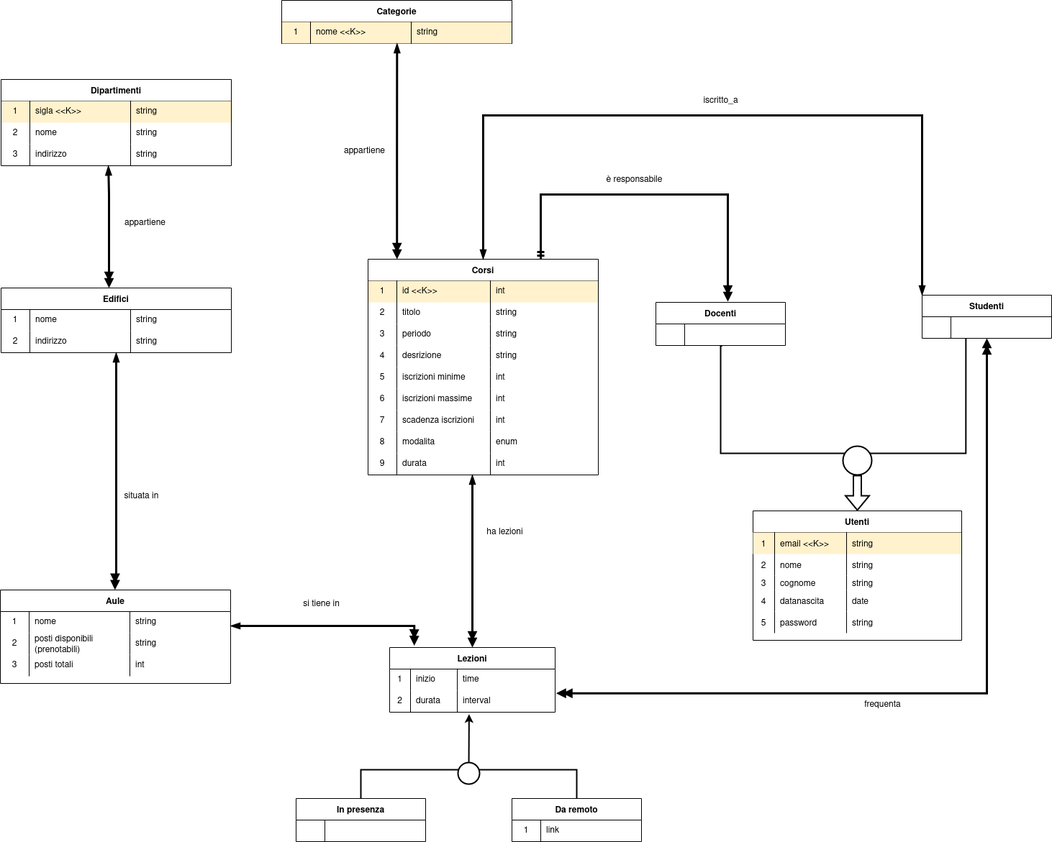
nicolamarizza/DbProject keeps this draw.io diagram as docs/SchemaOggetti.drawio.png. Above is the earlier version. Source tidied: cells renumbered, new cells last; positions are measured from the earlier drawing's top-left corner, leaving out a move shared by most shapes.
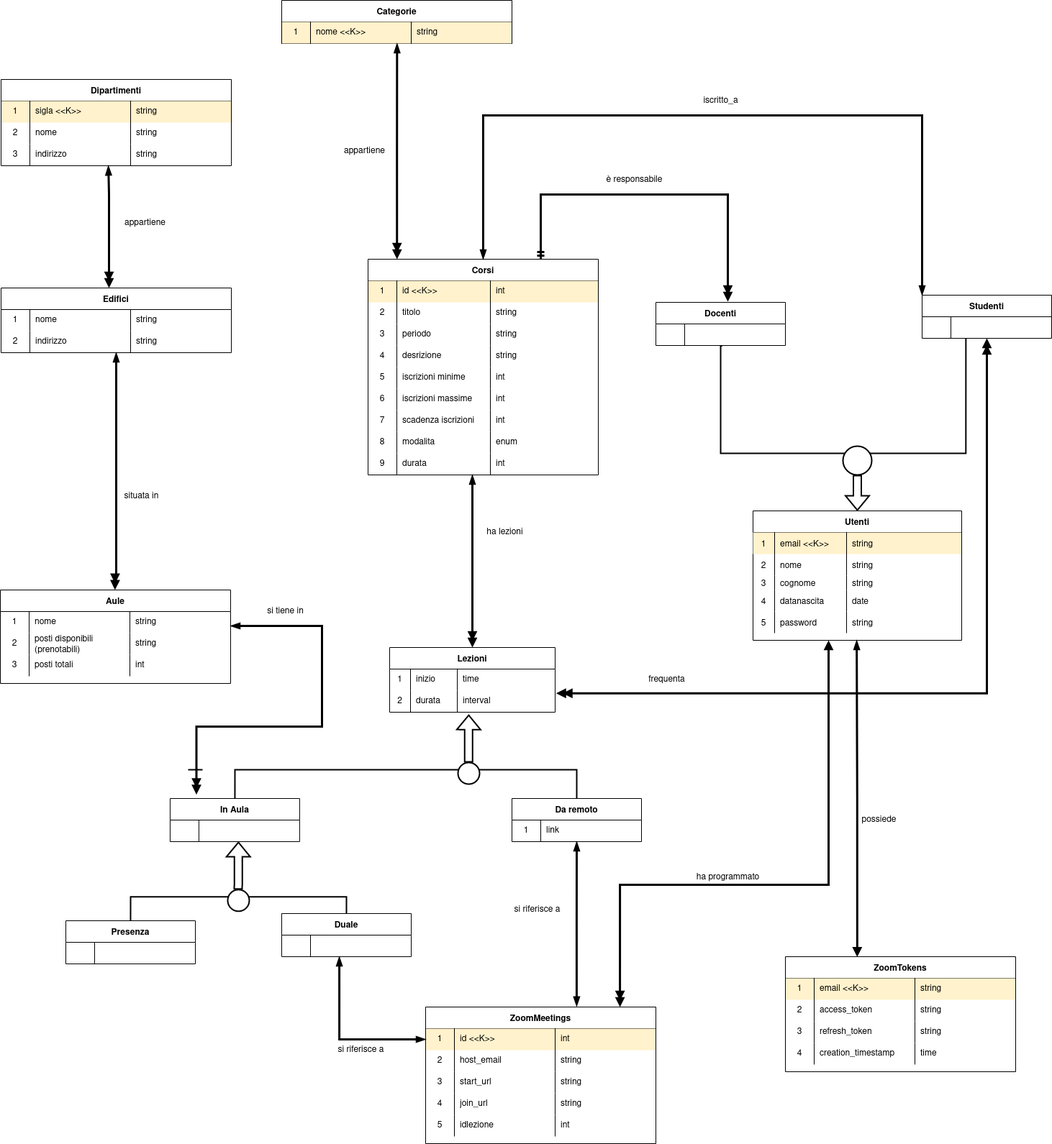
Above is the later version.

Commit message:
modificato schema oggetti

Diff of the diagram source:
```diff
@@ -68,10 +68,12 @@
         </Array>
       </mxGeometry>
     </mxCell>
-    <mxCell id="16" style="edgeStyle=orthogonalEdgeStyle;rounded=0;jettySize=auto;html=1;exitX=0.149;exitY=-0.028;exitDx=0;exitDy=0;startArrow=doubleBlock;startFill=1;endArrow=blockThin;endFill=1;strokeWidth=3;exitPerimeter=0;" parent="1" edge="1" source="17" target="64">
+    <mxCell id="16" style="edgeStyle=orthogonalEdgeStyle;rounded=0;jettySize=auto;html=1;exitX=0.203;exitY=-0.09;exitDx=0;exitDy=0;startArrow=doubleBlock;startFill=1;endArrow=blockThin;endFill=1;strokeWidth=3;exitPerimeter=0;" parent="1" edge="1" source="92" target="64">
       <mxGeometry relative="1" as="geometry">
         <Array as="points">
-          <mxPoint x="575" y="870" />
+          <mxPoint x="273" y="1010" />
+          <mxPoint x="447" y="1010" />
+          <mxPoint x="447" y="870" />
         </Array>
       </mxGeometry>
     </mxCell>
@@ -305,18 +307,18 @@
       <mxGeometry x="831" y="235" width="100" height="30" as="geometry" />
     </mxCell>
     <mxCell id="90" value="si tiene in" style="text;html=1;align=center;verticalAlign=middle;strokeColor=none;fillColor=none;" parent="1" vertex="1">
-      <mxGeometry x="411" y="830" width="70" height="20" as="geometry" />
+      <mxGeometry x="361" y="840" width="70" height="20" as="geometry" />
     </mxCell>
     <mxCell id="91" style="edgeStyle=orthogonalEdgeStyle;rounded=0;jettySize=auto;html=1;exitX=0.5;exitY=0;exitDx=0;exitDy=0;entryX=0.5;entryY=0;entryDx=0;entryDy=0;startArrow=none;startFill=0;endArrow=none;endFill=0;strokeWidth=2;" parent="1" edge="1" source="92" target="96">
       <mxGeometry relative="1" as="geometry">
         <Array as="points">
-          <mxPoint x="501" y="1070" />
+          <mxPoint x="326" y="1070" />
           <mxPoint x="801" y="1070" />
         </Array>
       </mxGeometry>
     </mxCell>
-    <mxCell id="92" value="In presenza" style="shape=table;startSize=30;rowLines=0;fontStyle=1;" parent="1" vertex="1">
-      <mxGeometry x="411" y="1110" width="180" height="60" as="geometry" />
+    <mxCell id="92" value="In Aula" style="shape=table;startSize=30;rowLines=0;fontStyle=1;" parent="1" vertex="1">
+      <mxGeometry x="235.9" y="1110" width="180" height="60" as="geometry" />
     </mxCell>
     <mxCell id="93" style="shape=tableRow;horizontal=0;startSize=0;swimlaneHead=0;swimlaneBody=0;top=0;left=0;bottom=0;right=0;fillColor=none;" parent="92" vertex="1">
       <mxGeometry y="30" width="180" height="30" as="geometry" />
@@ -339,11 +341,6 @@
     <mxCell id="99" value="link" style="shape=partialRectangle;html=1;whiteSpace=wrap;fillColor=none;top=0;left=0;bottom=0;right=0;align=left;spacingLeft=6;overflow=hidden;" parent="97" vertex="1">
       <mxGeometry x="40" width="140" height="30" as="geometry" />
     </mxCell>
-    <mxCell id="100" style="endArrow=classic;html=1;rounded=0;entryX=0.48;entryY=1.089;entryDx=0;entryDy=0;entryPerimeter=0;strokeWidth=2;" parent="1" edge="1" target="22">
-      <mxGeometry relative="1" as="geometry">
-        <mxPoint x="651" y="1070" as="sourcePoint" />
-      </mxGeometry>
-    </mxCell>
     <mxCell id="101" style="ellipse;whiteSpace=wrap;html=1;strokeWidth=2;" parent="1" vertex="1">
       <mxGeometry x="636" y="1060" width="30" height="30" as="geometry" />
     </mxCell>
@@ -488,7 +485,216 @@
       <mxGeometry x="471" y="200" width="70" height="20" as="geometry" />
     </mxCell>
     <mxCell id="146" value="frequenta" style="text;html=1;align=center;verticalAlign=middle;strokeColor=none;fillColor=none;" parent="1" vertex="1">
-      <mxGeometry x="1191" y="965" width="70" height="30" as="geometry" />
+      <mxGeometry x="891" y="930" width="70" height="30" as="geometry" />
     </mxCell>
+    <mxCell id="147" value="ZoomTokens" style="shape=table;startSize=30;rowLines=0;fontStyle=1;" parent="1" vertex="1">
+      <mxGeometry x="1091" y="1330" width="320" height="160" as="geometry" />
+    </mxCell>
+    <mxCell id="148" style="shape=tableRow;horizontal=0;startSize=0;swimlaneHead=0;swimlaneBody=0;top=0;left=0;bottom=0;right=0;fillColor=none;" parent="147" vertex="1">
+      <mxGeometry y="30" width="320" height="30" as="geometry" />
+    </mxCell>
+    <mxCell id="149" value="1" style="shape=partialRectangle;html=1;whiteSpace=wrap;fillColor=#fff2cc;top=0;left=1;bottom=0;right=1;overflow=hidden;strokeColor=#000000;" parent="148" vertex="1">
+      <mxGeometry width="40" height="30" as="geometry" />
+    </mxCell>
+    <mxCell id="150" value="email&amp;nbsp;&lt;span style=&quot;&quot;&gt;&amp;lt;&amp;lt;K&amp;gt;&amp;gt;&amp;nbsp;&lt;/span&gt;" style="shape=partialRectangle;html=1;whiteSpace=wrap;fillColor=#fff2cc;top=0;left=1;bottom=0;right=1;align=left;spacingLeft=6;overflow=hidden;strokeColor=#000000;" parent="148" vertex="1">
+      <mxGeometry x="40" width="140" height="30" as="geometry" />
+    </mxCell>
+    <mxCell id="151" value="string" style="shape=partialRectangle;html=1;whiteSpace=wrap;fillColor=#fff2cc;top=0;left=1;bottom=0;right=1;align=left;spacingLeft=6;overflow=hidden;strokeColor=#000000;" parent="148" vertex="1">
+      <mxGeometry x="180" width="140" height="30" as="geometry" />
+    </mxCell>
+    <mxCell id="152" style="shape=tableRow;horizontal=0;startSize=0;swimlaneHead=0;swimlaneBody=0;top=0;left=0;bottom=0;right=0;fillColor=none;" parent="147" vertex="1">
+      <mxGeometry y="60" width="320" height="30" as="geometry" />
+    </mxCell>
+    <mxCell id="153" value="2" style="shape=partialRectangle;html=1;whiteSpace=wrap;fillColor=none;top=0;left=0;bottom=0;right=0;overflow=hidden;" parent="152" vertex="1">
+      <mxGeometry width="40" height="30" as="geometry" />
+    </mxCell>
+    <mxCell id="154" value="access_token" style="shape=partialRectangle;html=1;whiteSpace=wrap;fillColor=none;top=0;left=0;bottom=0;right=0;align=left;spacingLeft=6;overflow=hidden;" parent="152" vertex="1">
+      <mxGeometry x="40" width="140" height="30" as="geometry" />
+    </mxCell>
+    <mxCell id="155" value="string" style="shape=partialRectangle;html=1;whiteSpace=wrap;fillColor=none;top=0;left=0;bottom=0;right=0;align=left;spacingLeft=6;overflow=hidden;" parent="152" vertex="1">
+      <mxGeometry x="180" width="140" height="30" as="geometry" />
+    </mxCell>
+    <mxCell id="156" style="shape=tableRow;horizontal=0;startSize=0;swimlaneHead=0;swimlaneBody=0;top=0;left=0;bottom=0;right=0;fillColor=none;" parent="147" vertex="1">
+      <mxGeometry y="90" width="320" height="30" as="geometry" />
+    </mxCell>
+    <mxCell id="157" value="3" style="shape=partialRectangle;html=1;whiteSpace=wrap;fillColor=none;top=0;left=0;bottom=0;right=0;overflow=hidden;" parent="156" vertex="1">
+      <mxGeometry width="40" height="30" as="geometry" />
+    </mxCell>
+    <mxCell id="158" value="refresh_token" style="shape=partialRectangle;html=1;whiteSpace=wrap;fillColor=none;top=0;left=0;bottom=0;right=0;align=left;spacingLeft=6;overflow=hidden;" parent="156" vertex="1">
+      <mxGeometry x="40" width="140" height="30" as="geometry" />
+    </mxCell>
+    <mxCell id="159" value="string" style="shape=partialRectangle;html=1;whiteSpace=wrap;fillColor=none;top=0;left=0;bottom=0;right=0;align=left;spacingLeft=6;overflow=hidden;" parent="156" vertex="1">
+      <mxGeometry x="180" width="140" height="30" as="geometry" />
+    </mxCell>
+    <mxCell id="160" style="shape=tableRow;horizontal=0;startSize=0;swimlaneHead=0;swimlaneBody=0;top=0;left=0;bottom=0;right=0;fillColor=none;" parent="147" vertex="1">
+      <mxGeometry y="120" width="320" height="30" as="geometry" />
+    </mxCell>
+    <mxCell id="161" value="4" style="shape=partialRectangle;html=1;whiteSpace=wrap;fillColor=none;top=0;left=0;bottom=0;right=0;overflow=hidden;" parent="160" vertex="1">
+      <mxGeometry width="40" height="30" as="geometry" />
+    </mxCell>
+    <mxCell id="162" value="creation_timestamp" style="shape=partialRectangle;html=1;whiteSpace=wrap;fillColor=none;top=0;left=0;bottom=0;right=0;align=left;spacingLeft=6;overflow=hidden;" parent="160" vertex="1">
+      <mxGeometry x="40" width="140" height="30" as="geometry" />
+    </mxCell>
+    <mxCell id="163" value="time" style="shape=partialRectangle;html=1;whiteSpace=wrap;fillColor=none;top=0;left=0;bottom=0;right=0;align=left;spacingLeft=6;overflow=hidden;" parent="160" vertex="1">
+      <mxGeometry x="180" width="140" height="30" as="geometry" />
+    </mxCell>
+    <mxCell id="164" value="ZoomMeetings" style="shape=table;startSize=30;rowLines=0;fontStyle=1;" parent="1" vertex="1">
+      <mxGeometry x="591" y="1400" width="320" height="190" as="geometry" />
+    </mxCell>
+    <mxCell id="165" style="shape=tableRow;horizontal=0;startSize=0;swimlaneHead=0;swimlaneBody=0;top=0;left=0;bottom=0;right=0;fillColor=none;points=[[0,0.5],[1,0.5]];portConstraint=eastwest;" parent="164" vertex="1">
+      <mxGeometry y="30" width="320" height="30" as="geometry" />
+    </mxCell>
+    <mxCell id="166" value="1" style="shape=partialRectangle;html=1;whiteSpace=wrap;fillColor=#fff2cc;top=0;left=1;bottom=0;right=1;overflow=hidden;strokeColor=#000000;" parent="165" vertex="1">
+      <mxGeometry width="40" height="30" as="geometry" />
+    </mxCell>
+    <mxCell id="167" value="id &amp;lt;&amp;lt;K&amp;gt;&amp;gt;&amp;nbsp;" style="shape=partialRectangle;html=1;whiteSpace=wrap;fillColor=#fff2cc;top=0;left=1;bottom=0;right=1;align=left;spacingLeft=6;overflow=hidden;strokeColor=#000000;" parent="165" vertex="1">
+      <mxGeometry x="40" width="140" height="30" as="geometry" />
+    </mxCell>
+    <mxCell id="168" value="int" style="shape=partialRectangle;html=1;whiteSpace=wrap;fillColor=#fff2cc;top=0;left=1;bottom=0;right=1;align=left;spacingLeft=6;overflow=hidden;strokeColor=#000000;" parent="165" vertex="1">
+      <mxGeometry x="180" width="140" height="30" as="geometry" />
+    </mxCell>
+    <mxCell id="169" style="shape=tableRow;horizontal=0;startSize=0;swimlaneHead=0;swimlaneBody=0;top=0;left=0;bottom=0;right=0;fillColor=none;" parent="164" vertex="1">
+      <mxGeometry y="60" width="320" height="30" as="geometry" />
+    </mxCell>
+    <mxCell id="170" value="2" style="shape=partialRectangle;html=1;whiteSpace=wrap;fillColor=none;top=0;left=0;bottom=0;right=0;overflow=hidden;" parent="169" vertex="1">
+      <mxGeometry width="40" height="30" as="geometry" />
+    </mxCell>
+    <mxCell id="171" value="host_email" style="shape=partialRectangle;html=1;whiteSpace=wrap;fillColor=none;top=0;left=0;bottom=0;right=0;align=left;spacingLeft=6;overflow=hidden;" parent="169" vertex="1">
+      <mxGeometry x="40" width="140" height="30" as="geometry" />
+    </mxCell>
+    <mxCell id="172" value="string" style="shape=partialRectangle;html=1;whiteSpace=wrap;fillColor=none;top=0;left=0;bottom=0;right=0;align=left;spacingLeft=6;overflow=hidden;" parent="169" vertex="1">
+      <mxGeometry x="180" width="140" height="30" as="geometry" />
+    </mxCell>
+    <mxCell id="173" style="shape=tableRow;horizontal=0;startSize=0;swimlaneHead=0;swimlaneBody=0;top=0;left=0;bottom=0;right=0;fillColor=none;" parent="164" vertex="1">
+      <mxGeometry y="90" width="320" height="30" as="geometry" />
+    </mxCell>
+    <mxCell id="174" value="3" style="shape=partialRectangle;html=1;whiteSpace=wrap;fillColor=none;top=0;left=0;bottom=0;right=0;overflow=hidden;" parent="173" vertex="1">
+      <mxGeometry width="40" height="30" as="geometry" />
+    </mxCell>
+    <mxCell id="175" value="start_url" style="shape=partialRectangle;html=1;whiteSpace=wrap;fillColor=none;top=0;left=0;bottom=0;right=0;align=left;spacingLeft=6;overflow=hidden;" parent="173" vertex="1">
+      <mxGeometry x="40" width="140" height="30" as="geometry" />
+    </mxCell>
+    <mxCell id="176" value="string" style="shape=partialRectangle;html=1;whiteSpace=wrap;fillColor=none;top=0;left=0;bottom=0;right=0;align=left;spacingLeft=6;overflow=hidden;" parent="173" vertex="1">
+      <mxGeometry x="180" width="140" height="30" as="geometry" />
+    </mxCell>
+    <mxCell id="177" style="shape=tableRow;horizontal=0;startSize=0;swimlaneHead=0;swimlaneBody=0;top=0;left=0;bottom=0;right=0;fillColor=none;" parent="164" vertex="1">
+      <mxGeometry y="120" width="320" height="30" as="geometry" />
+    </mxCell>
+    <mxCell id="178" value="4" style="shape=partialRectangle;html=1;whiteSpace=wrap;fillColor=none;top=0;left=0;bottom=0;right=0;overflow=hidden;" parent="177" vertex="1">
+      <mxGeometry width="40" height="30" as="geometry" />
+    </mxCell>
+    <mxCell id="179" value="join_url" style="shape=partialRectangle;html=1;whiteSpace=wrap;fillColor=none;top=0;left=0;bottom=0;right=0;align=left;spacingLeft=6;overflow=hidden;" parent="177" vertex="1">
+      <mxGeometry x="40" width="140" height="30" as="geometry" />
+    </mxCell>
+    <mxCell id="180" value="string" style="shape=partialRectangle;html=1;whiteSpace=wrap;fillColor=none;top=0;left=0;bottom=0;right=0;align=left;spacingLeft=6;overflow=hidden;" parent="177" vertex="1">
+      <mxGeometry x="180" width="140" height="30" as="geometry" />
+    </mxCell>
+    <mxCell id="181" style="shape=tableRow;horizontal=0;startSize=0;swimlaneHead=0;swimlaneBody=0;top=0;left=0;bottom=0;right=0;fillColor=none;" parent="164" vertex="1">
+      <mxGeometry y="150" width="320" height="30" as="geometry" />
+    </mxCell>
+    <mxCell id="182" value="5" style="shape=partialRectangle;html=1;whiteSpace=wrap;fillColor=none;top=0;left=0;bottom=0;right=0;overflow=hidden;" parent="181" vertex="1">
+      <mxGeometry width="40" height="30" as="geometry" />
+    </mxCell>
+    <mxCell id="183" value="idlezione" style="shape=partialRectangle;html=1;whiteSpace=wrap;fillColor=none;top=0;left=0;bottom=0;right=0;align=left;spacingLeft=6;overflow=hidden;" parent="181" vertex="1">
+      <mxGeometry x="40" width="140" height="30" as="geometry" />
+    </mxCell>
+    <mxCell id="184" value="int" style="shape=partialRectangle;html=1;whiteSpace=wrap;fillColor=none;top=0;left=0;bottom=0;right=0;align=left;spacingLeft=6;overflow=hidden;" parent="181" vertex="1">
+      <mxGeometry x="180" width="140" height="30" as="geometry" />
+    </mxCell>
+    <mxCell id="185" style="edgeStyle=orthogonalEdgeStyle;rounded=0;jettySize=auto;html=1;exitX=0.312;exitY=0.002;exitDx=0;exitDy=0;startArrow=block;startFill=1;endArrow=blockThin;endFill=1;strokeWidth=3;exitPerimeter=0;" parent="1" edge="1" source="147">
+      <mxGeometry relative="1" as="geometry">
+        <mxPoint x="1190.1" y="890" as="targetPoint" />
+        <Array as="points">
+          <mxPoint x="1191" y="1110" />
+          <mxPoint x="1190" y="1110" />
+        </Array>
+      </mxGeometry>
+    </mxCell>
+    <mxCell id="186" style="edgeStyle=orthogonalEdgeStyle;rounded=0;jettySize=auto;html=1;startArrow=blockThin;startFill=1;endArrow=blockThin;endFill=1;strokeWidth=3;entryX=0.5;entryY=1;entryDx=0;entryDy=0;entryPerimeter=0;exitX=0.656;exitY=-0.006;exitDx=0;exitDy=0;exitPerimeter=0;" parent="1" edge="1" source="164" target="97">
+      <mxGeometry relative="1" as="geometry" />
+    </mxCell>
+    <mxCell id="187" style="edgeStyle=orthogonalEdgeStyle;rounded=0;jettySize=auto;html=1;startArrow=doubleBlock;startFill=1;endArrow=block;endFill=1;strokeWidth=3;exitX=0.844;exitY=0;exitDx=0;exitDy=0;exitPerimeter=0;" parent="1" edge="1" source="164">
+      <mxGeometry relative="1" as="geometry">
+        <mxPoint x="1151" y="890" as="targetPoint" />
+        <Array as="points">
+          <mxPoint x="861" y="1230" />
+          <mxPoint x="1151" y="1230" />
+        </Array>
+      </mxGeometry>
+    </mxCell>
+    <mxCell id="188" value="possiede" style="text;html=1;align=center;verticalAlign=middle;strokeColor=none;fillColor=none;" parent="1" vertex="1">
+      <mxGeometry x="1191" y="1130" width="60" height="20" as="geometry" />
+    </mxCell>
+    <mxCell id="189" value="ha programmato" style="text;html=1;align=center;verticalAlign=middle;strokeColor=none;fillColor=none;" parent="1" vertex="1">
+      <mxGeometry x="961" y="1210" width="100" height="20" as="geometry" />
+    </mxCell>
+    <mxCell id="190" style="shape=flexArrow;endArrow=classic;html=1;rounded=0;exitX=0.5;exitY=1;exitDx=0;exitDy=0;strokeWidth=2;entryX=0.478;entryY=1.106;entryDx=0;entryDy=0;entryPerimeter=0;" parent="1" edge="1" target="22">
+      <mxGeometry relative="1" as="geometry">
+        <mxPoint x="650.7" y="1060" as="sourcePoint" />
+      </mxGeometry>
+    </mxCell>
+    <mxCell id="191" style="edgeStyle=orthogonalEdgeStyle;rounded=0;orthogonalLoop=1;jettySize=auto;html=1;exitX=0.5;exitY=0;exitDx=0;exitDy=0;entryX=0.5;entryY=0;entryDx=0;entryDy=0;startArrow=none;startFill=0;endArrow=none;endFill=0;strokeWidth=2;" parent="1" edge="1">
+      <mxGeometry relative="1" as="geometry">
+        <mxPoint x="180.9" y="1286.8" as="sourcePoint" />
+        <mxPoint x="480.9" y="1286.8" as="targetPoint" />
+        <Array as="points">
+          <mxPoint x="180.9" y="1246.8" />
+          <mxPoint x="480.9" y="1246.8" />
+        </Array>
+      </mxGeometry>
+    </mxCell>
+    <mxCell id="192" style="ellipse;whiteSpace=wrap;html=1;strokeWidth=2;" parent="1" vertex="1">
+      <mxGeometry x="315.9" y="1236.8" width="30" height="30" as="geometry" />
+    </mxCell>
+    <mxCell id="193" style="shape=flexArrow;endArrow=classic;html=1;rounded=0;exitX=0.5;exitY=1;exitDx=0;exitDy=0;strokeWidth=2;entryX=0.478;entryY=1.106;entryDx=0;entryDy=0;entryPerimeter=0;" parent="1" edge="1">
+      <mxGeometry relative="1" as="geometry">
+        <mxPoint x="330.6" y="1236.8" as="sourcePoint" />
+        <mxPoint x="330.9" y="1170" as="targetPoint" />
+      </mxGeometry>
+    </mxCell>
+    <mxCell id="194" value="Presenza" style="shape=table;startSize=30;rowLines=0;fontStyle=1;" parent="1" vertex="1">
+      <mxGeometry x="91" y="1280" width="180" height="60" as="geometry" />
+    </mxCell>
+    <mxCell id="195" style="shape=tableRow;horizontal=0;startSize=0;swimlaneHead=0;swimlaneBody=0;top=0;left=0;bottom=0;right=0;fillColor=none;" parent="194" vertex="1">
+      <mxGeometry y="30" width="180" height="30" as="geometry" />
+    </mxCell>
+    <mxCell id="196" style="shape=partialRectangle;html=1;whiteSpace=wrap;fillColor=none;top=0;left=0;bottom=0;right=0;overflow=hidden;" parent="195" vertex="1">
+      <mxGeometry width="40" height="30" as="geometry" />
+    </mxCell>
+    <mxCell id="197" style="shape=partialRectangle;html=1;whiteSpace=wrap;fillColor=none;top=0;left=0;bottom=0;right=0;align=left;spacingLeft=6;overflow=hidden;" parent="195" vertex="1">
+      <mxGeometry x="40" width="140" height="30" as="geometry" />
+    </mxCell>
+    <mxCell id="198" value="Duale" style="shape=table;startSize=30;rowLines=0;fontStyle=1;" parent="1" vertex="1">
+      <mxGeometry x="391" y="1270" width="180" height="60" as="geometry" />
+    </mxCell>
+    <mxCell id="199" style="shape=tableRow;horizontal=0;startSize=0;swimlaneHead=0;swimlaneBody=0;top=0;left=0;bottom=0;right=0;fillColor=none;" parent="198" vertex="1">
+      <mxGeometry y="30" width="180" height="30" as="geometry" />
+    </mxCell>
+    <mxCell id="200" style="shape=partialRectangle;html=1;whiteSpace=wrap;fillColor=none;top=0;left=0;bottom=0;right=0;overflow=hidden;" parent="199" vertex="1">
+      <mxGeometry width="40" height="30" as="geometry" />
+    </mxCell>
+    <mxCell id="201" style="shape=partialRectangle;html=1;whiteSpace=wrap;fillColor=none;top=0;left=0;bottom=0;right=0;align=left;spacingLeft=6;overflow=hidden;" parent="199" vertex="1">
+      <mxGeometry x="40" width="140" height="30" as="geometry" />
+    </mxCell>
+    <mxCell id="202" style="edgeStyle=orthogonalEdgeStyle;rounded=0;jettySize=auto;html=1;startArrow=blockThin;startFill=1;endArrow=blockThin;endFill=1;strokeWidth=3;entryX=0.5;entryY=1;entryDx=0;entryDy=0;entryPerimeter=0;exitX=0;exitY=0.5;exitDx=0;exitDy=0;" parent="1" edge="1" source="165">
+      <mxGeometry relative="1" as="geometry">
+        <mxPoint x="471.1" y="1330" as="targetPoint" />
+        <Array as="points">
+          <mxPoint x="471" y="1445" />
+        </Array>
+      </mxGeometry>
+    </mxCell>
+    <mxCell id="203" style="endArrow=none;html=1;rounded=0;strokeWidth=2;" parent="1" edge="1">
+      <mxGeometry relative="1" as="geometry">
+        <mxPoint x="261" y="1070" as="sourcePoint" />
+        <mxPoint x="281" y="1070" as="targetPoint" />
+      </mxGeometry>
+    </mxCell>
+    <mxCell id="204" value="si riferisce a" style="text;html=1;align=center;verticalAlign=middle;strokeColor=none;fillColor=none;" parent="1" vertex="1">
+      <mxGeometry x="456" y="1445" width="90" height="30" as="geometry" />
+    </mxCell>
+    <mxCell id="205" value="si riferisce a" style="text;html=1;align=center;verticalAlign=middle;strokeColor=none;fillColor=none;" parent="1" vertex="1">
+      <mxGeometry x="701" y="1250" width="90" height="30" as="geometry" />
+    </mxCell>
   </root>
 </mxGraphModel>
```
